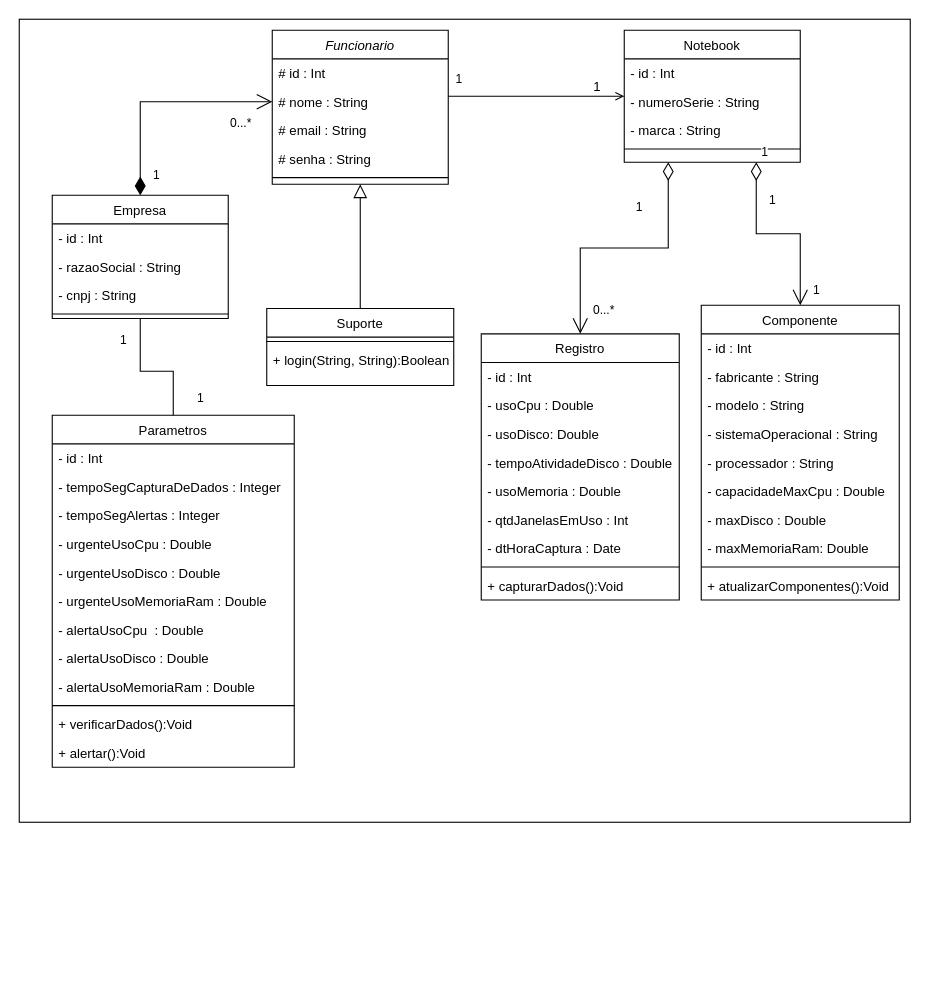
Noctoramento/Documentacao keeps this draw.io diagram as Diagramas/Diagrama de Classes/Diagrama_de_Classes.drawio. Above is the earlier version. Source tidied: cells renumbered, new cells numbered last; positions are measured from the earlier drawing's top-left corner, leaving out a move shared by most shapes. Both pictures are drawn from the tidied source at 110%, with x=0, y=0 at pixel (19, 19).
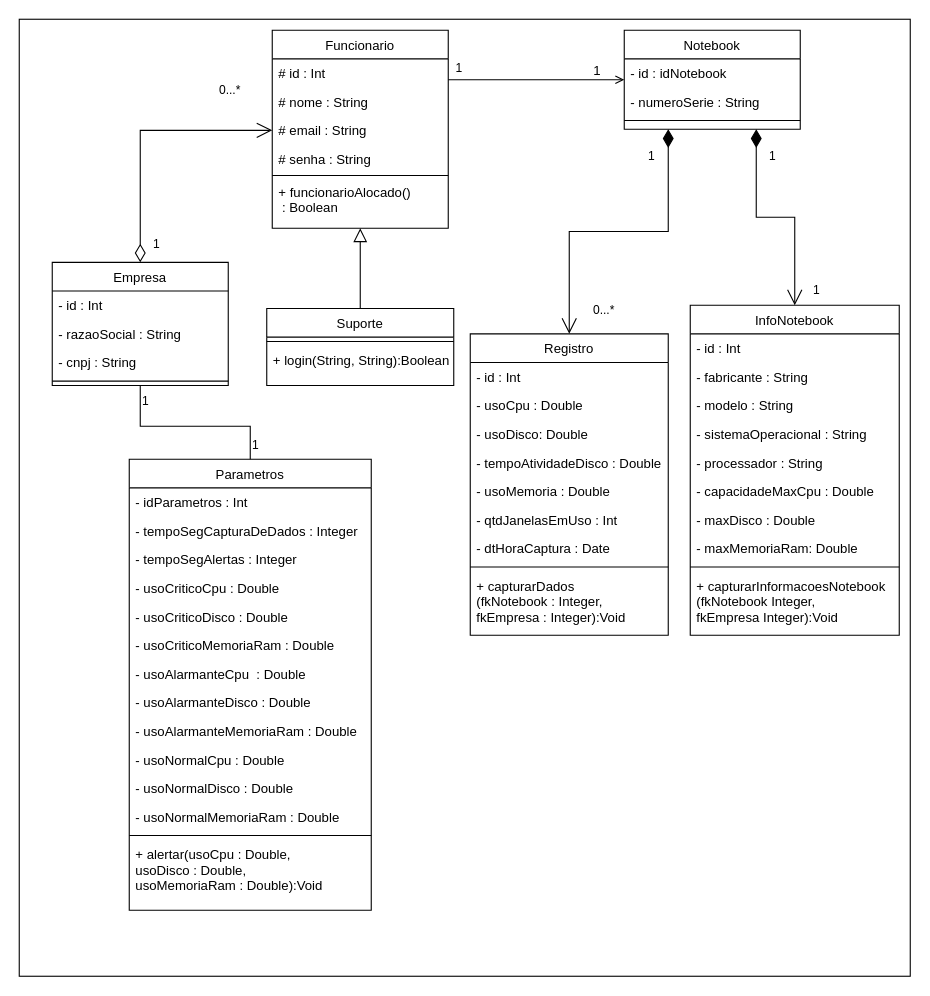
The same diagram, later.

Commit message (it also covers changes not shown here):
Diagrama de classes versão 2.0, documentação atualizada

The change refers to these unchanged cells:
```xml
<mxCell id="5" value="# nome : String" style="text;align=left;verticalAlign=top;spacingLeft=4;spacingRight=4;overflow=hidden;points=[[0,0.5],[1,0.5]];portConstraint=eastwest;rounded=0;shadow=0;html=0;" parent="3" vertex="1">
  <mxGeometry y="52" width="160" height="26" as="geometry" />
</mxCell>
<mxCell id="6" value="# email : String" style="text;align=left;verticalAlign=top;spacingLeft=4;spacingRight=4;overflow=hidden;points=[[0,0.5],[1,0.5]];portConstraint=eastwest;rounded=0;shadow=0;html=0;" parent="3" vertex="1">
  <mxGeometry y="78" width="160" height="26" as="geometry" />
</mxCell>
```

The edit, as a diff of the source:
```diff
@@
     <mxCell id="2" style="rounded=0;whiteSpace=wrap;html=1;" parent="1" vertex="1">
-      <mxGeometry width="810" height="730" as="geometry" />
+      <mxGeometry width="810" height="870" as="geometry" />
     </mxCell>
-    <mxCell id="3" value="Funcionario" style="swimlane;fontStyle=2;align=center;verticalAlign=top;horizontal=1;startSize=26;rounded=0;shadow=0;strokeWidth=1;" parent="1" vertex="1">
-      <mxGeometry x="230" y="10" width="160" height="140" as="geometry" />
+    <mxCell id="3" value="Funcionario" style="swimlane;fontStyle=0;align=center;verticalAlign=top;horizontal=1;startSize=26;rounded=0;shadow=0;strokeWidth=1;" parent="1" vertex="1">
+      <mxGeometry x="230" y="10" width="160" height="180" as="geometry" />
     </mxCell>
@@
     <mxCell id="8" style="line;html=1;strokeWidth=1;align=left;verticalAlign=middle;spacingTop=-1;spacingLeft=3;spacingRight=3;labelPosition=right;" parent="3" vertex="1">
-      <mxGeometry y="130" width="160" height="8" as="geometry" />
+      <mxGeometry y="130" width="160" height="4" as="geometry" />
     </mxCell>
+    <mxCell id="70" value="+ funcionarioAlocado()&#10; : Boolean" style="text;align=left;verticalAlign=top;spacingLeft=4;spacingRight=4;overflow=hidden;rounded=0;shadow=0;html=0;" parent="3" vertex="1">
+      <mxGeometry y="134" width="160" height="36" as="geometry" />
+    </mxCell>
@@
-    <mxCell id="13" value="Componente" style="swimlane;fontStyle=0;align=center;verticalAlign=top;horizontal=1;startSize=26;rounded=0;shadow=0;strokeWidth=1;" parent="1" vertex="1">
-      <mxGeometry x="620" y="260" width="180" height="268" as="geometry" />
+    <mxCell id="13" value="InfoNotebook" style="swimlane;fontStyle=0;align=center;verticalAlign=top;horizontal=1;startSize=26;rounded=0;shadow=0;strokeWidth=1;" parent="1" vertex="1">
+      <mxGeometry x="610" y="260" width="190" height="300" as="geometry" />
     </mxCell>
     <mxCell id="14" value="- id : Int" style="text;align=left;verticalAlign=top;spacingLeft=4;spacingRight=4;overflow=hidden;" parent="13" vertex="1">
-      <mxGeometry y="26" width="180" height="26" as="geometry" />
+      <mxGeometry y="26" width="190" height="26" as="geometry" />
     </mxCell>
     <mxCell id="15" value="- fabricante : String" style="text;align=left;verticalAlign=top;spacingLeft=4;spacingRight=4;overflow=hidden;" parent="13" vertex="1">
-      <mxGeometry y="52" width="180" height="26" as="geometry" />
+      <mxGeometry y="52" width="190" height="26" as="geometry" />
     </mxCell>
     <mxCell id="16" value="- modelo : String" style="text;align=left;verticalAlign=top;spacingLeft=4;spacingRight=4;overflow=hidden;" parent="13" vertex="1">
-      <mxGeometry y="78" width="180" height="26" as="geometry" />
+      <mxGeometry y="78" width="190" height="26" as="geometry" />
     </mxCell>
     <mxCell id="17" value="- sistemaOperacional : String" style="text;align=left;verticalAlign=top;spacingLeft=4;spacingRight=4;overflow=hidden;" parent="13" vertex="1">
-      <mxGeometry y="104" width="180" height="26" as="geometry" />
+      <mxGeometry y="104" width="190" height="26" as="geometry" />
     </mxCell>
     <mxCell id="18" value="- processador : String" style="text;align=left;verticalAlign=top;spacingLeft=4;spacingRight=4;overflow=hidden;" parent="13" vertex="1">
-      <mxGeometry y="130" width="180" height="26" as="geometry" />
+      <mxGeometry y="130" width="190" height="26" as="geometry" />
     </mxCell>
     <mxCell id="19" value="- capacidadeMaxCpu : Double" style="text;align=left;verticalAlign=top;spacingLeft=4;spacingRight=4;overflow=hidden;" parent="13" vertex="1">
-      <mxGeometry y="156" width="180" height="26" as="geometry" />
+      <mxGeometry y="156" width="190" height="26" as="geometry" />
     </mxCell>
     <mxCell id="20" value="- maxDisco : Double" style="text;align=left;verticalAlign=top;spacingLeft=4;spacingRight=4;overflow=hidden;" parent="13" vertex="1">
-      <mxGeometry y="182" width="180" height="26" as="geometry" />
+      <mxGeometry y="182" width="190" height="26" as="geometry" />
     </mxCell>
     <mxCell id="21" value="- maxMemoriaRam: Double" style="text;align=left;verticalAlign=top;spacingLeft=4;spacingRight=4;overflow=hidden;" parent="13" vertex="1">
-      <mxGeometry y="208" width="180" height="26" as="geometry" />
+      <mxGeometry y="208" width="190" height="26" as="geometry" />
     </mxCell>
     <mxCell id="22" style="line;html=1;strokeWidth=1;align=left;verticalAlign=middle;spacingTop=-1;spacingLeft=3;spacingRight=3;labelPosition=right;" parent="13" vertex="1">
-      <mxGeometry y="234" width="180" height="8" as="geometry" />
+      <mxGeometry y="234" width="190" height="8" as="geometry" />
     </mxCell>
-    <mxCell id="23" value="+ atualizarComponentes():Void" style="text;align=left;verticalAlign=top;spacingLeft=4;spacingRight=4;overflow=hidden;fontStyle=0;" parent="13" vertex="1">
-      <mxGeometry y="242" width="180" height="26" as="geometry" />
+    <mxCell id="23" value="+ capturarInformacoesNotebook&#10;(fkNotebook Integer, &#10;fkEmpresa Integer):Void" style="text;align=left;verticalAlign=top;spacingLeft=4;spacingRight=4;overflow=hidden;fontStyle=0;" parent="13" vertex="1">
+      <mxGeometry y="242" width="190" height="58" as="geometry" />
     </mxCell>
     <mxCell id="24" value="Notebook" style="swimlane;fontStyle=0;align=center;verticalAlign=top;horizontal=1;startSize=26;rounded=0;shadow=0;strokeWidth=1;" parent="1" vertex="1">
-      <mxGeometry x="550" y="10" width="160" height="120" as="geometry" />
+      <mxGeometry x="550" y="10" width="160" height="90" as="geometry" />
     </mxCell>
-    <mxCell id="25" value="- id : Int" style="text;align=left;verticalAlign=top;spacingLeft=4;spacingRight=4;overflow=hidden;" parent="24" vertex="1">
+    <mxCell id="25" value="- id : idNotebook" style="text;align=left;verticalAlign=top;spacingLeft=4;spacingRight=4;overflow=hidden;" parent="24" vertex="1">
       <mxGeometry y="26" width="160" height="26" as="geometry" />
     </mxCell>
@@
-    <mxCell id="27" value="- marca : String" style="text;align=left;verticalAlign=top;spacingLeft=4;spacingRight=4;overflow=hidden;rounded=0;shadow=0;html=0;" parent="24" vertex="1">
-      <mxGeometry y="78" width="160" height="26" as="geometry" />
-    </mxCell>
     <mxCell id="28" style="line;html=1;strokeWidth=1;align=left;verticalAlign=middle;spacingTop=-1;spacingLeft=3;spacingRight=3;labelPosition=right;" parent="24" vertex="1">
-      <mxGeometry y="104" width="160" height="8" as="geometry" />
+      <mxGeometry y="78" width="160" height="8" as="geometry" />
     </mxCell>
@@
     <mxCell id="31" value="Registro" style="swimlane;fontStyle=0;align=center;verticalAlign=top;horizontal=1;startSize=26;rounded=0;shadow=0;strokeWidth=1;" parent="1" vertex="1">
-      <mxGeometry x="420" y="286" width="180" height="242" as="geometry" />
+      <mxGeometry x="410" y="286" width="180" height="274" as="geometry" />
     </mxCell>
@@
-    <mxCell id="40" value="+ capturarDados():Void" style="text;align=left;verticalAlign=top;spacingLeft=4;spacingRight=4;overflow=hidden;fontStyle=0;" parent="31" vertex="1">
-      <mxGeometry y="216" width="180" height="26" as="geometry" />
+    <mxCell id="40" value="+ capturarDados&#10;(fkNotebook : Integer,&#10;fkEmpresa : Integer):Void" style="text;align=left;verticalAlign=top;spacingLeft=4;spacingRight=4;overflow=hidden;fontStyle=0;" parent="31" vertex="1">
+      <mxGeometry y="216" width="180" height="54" as="geometry" />
     </mxCell>
     <mxCell id="41" value="Empresa" style="swimlane;fontStyle=0;align=center;verticalAlign=top;horizontal=1;startSize=26;rounded=0;shadow=0;strokeWidth=1;" parent="1" vertex="1">
-      <mxGeometry x="30" y="160" width="160" height="112" as="geometry" />
+      <mxGeometry x="30" y="221" width="160" height="112" as="geometry" />
     </mxCell>
@@
     <mxCell id="46" value="Parametros" style="swimlane;fontStyle=0;align=center;verticalAlign=top;horizontal=1;startSize=26;rounded=0;shadow=0;strokeWidth=1;" parent="1" vertex="1">
-      <mxGeometry x="30" y="360" width="220" height="320" as="geometry" />
+      <mxGeometry x="100" y="400" width="220" height="410" as="geometry" />
     </mxCell>
-    <mxCell id="47" value="- id : Int" style="text;align=left;verticalAlign=top;spacingLeft=4;spacingRight=4;overflow=hidden;" parent="46" vertex="1">
+    <mxCell id="47" value="- idParametros : Int" style="text;align=left;verticalAlign=top;spacingLeft=4;spacingRight=4;overflow=hidden;" parent="46" vertex="1">
       <mxGeometry y="26" width="220" height="26" as="geometry" />
     </mxCell>
-    <mxCell id="48" value="- tempoSegCapturaDeDados : Integer" style="text;align=left;verticalAlign=top;spacingLeft=4;spacingRight=4;overflow=hidden;" parent="46" vertex="1">
+    <mxCell id="48" value="- tempoSegCapturaDeDados : Integer" style="text;align=left;verticalAlign=top;spacingLeft=4;spacingRight=4;overflow=hidden;" parent="46" vertex="1">
       <mxGeometry y="52" width="220" height="26" as="geometry" />
     </mxCell>
-    <mxCell id="49" value="- tempoSegAlertas : Integer" style="text;align=left;verticalAlign=top;spacingLeft=4;spacingRight=4;overflow=hidden;" parent="46" vertex="1">
+    <mxCell id="49" value="- tempoSegAlertas : Integer" style="text;align=left;verticalAlign=top;spacingLeft=4;spacingRight=4;overflow=hidden;" parent="46" vertex="1">
       <mxGeometry y="78" width="220" height="26" as="geometry" />
     </mxCell>
-    <mxCell id="50" value="- urgenteUsoCpu : Double" style="text;align=left;verticalAlign=top;spacingLeft=4;spacingRight=4;overflow=hidden;" parent="46" vertex="1">
+    <mxCell id="50" value="- usoCriticoCpu : Double" style="text;align=left;verticalAlign=top;spacingLeft=4;spacingRight=4;overflow=hidden;" parent="46" vertex="1">
       <mxGeometry y="104" width="220" height="26" as="geometry" />
     </mxCell>
-    <mxCell id="51" value="- urgenteUsoDisco : Double" style="text;align=left;verticalAlign=top;spacingLeft=4;spacingRight=4;overflow=hidden;" parent="46" vertex="1">
+    <mxCell id="51" value="- usoCriticoDisco : Double" style="text;align=left;verticalAlign=top;spacingLeft=4;spacingRight=4;overflow=hidden;" parent="46" vertex="1">
       <mxGeometry y="130" width="220" height="26" as="geometry" />
     </mxCell>
-    <mxCell id="52" value="- urgenteUsoMemoriaRam : Double" style="text;align=left;verticalAlign=top;spacingLeft=4;spacingRight=4;overflow=hidden;" parent="46" vertex="1">
+    <mxCell id="52" value="- usoCriticoMemoriaRam : Double" style="text;align=left;verticalAlign=top;spacingLeft=4;spacingRight=4;overflow=hidden;" parent="46" vertex="1">
       <mxGeometry y="156" width="220" height="26" as="geometry" />
     </mxCell>
-    <mxCell id="53" value="- alertaUsoCpu  : Double" style="text;align=left;verticalAlign=top;spacingLeft=4;spacingRight=4;overflow=hidden;" parent="46" vertex="1">
+    <mxCell id="53" value="- usoAlarmanteCpu  : Double" style="text;align=left;verticalAlign=top;spacingLeft=4;spacingRight=4;overflow=hidden;" parent="46" vertex="1">
       <mxGeometry y="182" width="220" height="26" as="geometry" />
     </mxCell>
-    <mxCell id="54" value="- alertaUsoDisco : Double" style="text;align=left;verticalAlign=top;spacingLeft=4;spacingRight=4;overflow=hidden;" parent="46" vertex="1">
+    <mxCell id="54" value="- usoAlarmanteDisco : Double" style="text;align=left;verticalAlign=top;spacingLeft=4;spacingRight=4;overflow=hidden;" parent="46" vertex="1">
       <mxGeometry y="208" width="220" height="26" as="geometry" />
     </mxCell>
-    <mxCell id="55" value="- alertaUsoMemoriaRam : Double" style="text;align=left;verticalAlign=top;spacingLeft=4;spacingRight=4;overflow=hidden;" parent="46" vertex="1">
+    <mxCell id="55" value="- usoAlarmanteMemoriaRam : Double" style="text;align=left;verticalAlign=top;spacingLeft=4;spacingRight=4;overflow=hidden;" parent="46" vertex="1">
       <mxGeometry y="234" width="220" height="26" as="geometry" />
     </mxCell>
+    <mxCell id="71" value="- usoNormalCpu : Double" style="text;align=left;verticalAlign=top;spacingLeft=4;spacingRight=4;overflow=hidden;" parent="46" vertex="1">
+      <mxGeometry y="260" width="220" height="26" as="geometry" />
+    </mxCell>
+    <mxCell id="72" value="- usoNormalDisco : Double" style="text;align=left;verticalAlign=top;spacingLeft=4;spacingRight=4;overflow=hidden;" parent="46" vertex="1">
+      <mxGeometry y="286" width="220" height="26" as="geometry" />
+    </mxCell>
+    <mxCell id="73" value="- usoNormalMemoriaRam : Double" style="text;align=left;verticalAlign=top;spacingLeft=4;spacingRight=4;overflow=hidden;" parent="46" vertex="1">
+      <mxGeometry y="312" width="220" height="26" as="geometry" />
+    </mxCell>
     <mxCell id="56" style="line;html=1;strokeWidth=1;align=left;verticalAlign=middle;spacingTop=-1;spacingLeft=3;spacingRight=3;labelPosition=right;" parent="46" vertex="1">
-      <mxGeometry y="260" width="220" height="8" as="geometry" />
+      <mxGeometry y="338" width="220" height="8" as="geometry" />
     </mxCell>
-    <mxCell id="57" value="+ verificarDados():Void" style="text;align=left;verticalAlign=top;spacingLeft=4;spacingRight=4;overflow=hidden;fontStyle=0;" parent="46" vertex="1">
-      <mxGeometry y="268" width="220" height="26" as="geometry" />
-    </mxCell>
-    <mxCell id="58" value="+ alertar():Void" style="text;align=left;verticalAlign=top;spacingLeft=4;spacingRight=4;overflow=hidden;fontStyle=0;" parent="46" vertex="1">
-      <mxGeometry y="294" width="220" height="26" as="geometry" />
+    <mxCell id="58" value="+ alertar(usoCpu : Double,&#10;usoDisco : Double,&#10;usoMemoriaRam : Double):Void" style="text;align=left;verticalAlign=top;spacingLeft=4;spacingRight=4;overflow=hidden;fontStyle=0;" parent="46" vertex="1">
+      <mxGeometry y="346" width="220" height="64" as="geometry" />
     </mxCell>
-    <mxCell id="59" style="endArrow=none;html=1;rounded=0;exitX=0.5;exitY=0;exitDx=0;exitDy=0;entryX=0.5;entryY=1;entryDx=0;entryDy=0;" parent="1" edge="1" source="46" target="41">
-      <mxGeometry relative="1" as="geometry">
-        <Array as="points">
-          <mxPoint x="140" y="320" />
-          <mxPoint x="110" y="320" />
-        </Array>
-      </mxGeometry>
-    </mxCell>
-    <mxCell id="60" value="1" style="endArrow=open;html=1;endSize=12;startArrow=diamondThin;startSize=14;startFill=1;edgeStyle=orthogonalEdgeStyle;align=left;verticalAlign=bottom;rounded=0;exitX=0.5;exitY=0;exitDx=0;exitDy=0;entryX=0;entryY=0.5;entryDx=0;entryDy=0;" parent="1" edge="1" source="41" target="5">
-      <mxGeometry x="-0.91" y="-10" relative="1" as="geometry" />
-    </mxCell>
     <mxCell id="61" value="&lt;span style=&quot;font-size: 11px; text-wrap: nowrap; background-color: rgb(255, 255, 255);&quot;&gt;0...*&lt;/span&gt;" style="text;whiteSpace=wrap;html=1;" parent="1" vertex="1">
-      <mxGeometry x="190" y="80" width="40" height="40" as="geometry" />
+      <mxGeometry x="180" y="50" width="40" height="40" as="geometry" />
     </mxCell>
     <mxCell id="62" value="&lt;span style=&quot;color: rgb(0, 0, 0); font-family: Helvetica; font-size: 11px; font-style: normal; font-variant-ligatures: normal; font-variant-caps: normal; font-weight: 400; letter-spacing: normal; orphans: 2; text-align: left; text-indent: 0px; text-transform: none; widows: 2; word-spacing: 0px; -webkit-text-stroke-width: 0px; white-space: nowrap; background-color: rgb(255, 255, 255); text-decoration-thickness: initial; text-decoration-style: initial; text-decoration-color: initial; display: inline !important; float: none;&quot;&gt;1&lt;/span&gt;" style="text;whiteSpace=wrap;html=1;" parent="1" vertex="1">
-      <mxGeometry x="90" y="278" width="40" height="40" as="geometry" />
+      <mxGeometry x="110" y="333" width="40" height="40" as="geometry" />
     </mxCell>
-    <mxCell id="63" value="1" style="endArrow=open;html=1;endSize=12;startArrow=diamondThin;startSize=14;startFill=0;edgeStyle=orthogonalEdgeStyle;align=left;verticalAlign=bottom;rounded=0;entryX=0.5;entryY=0;entryDx=0;entryDy=0;exitX=0.25;exitY=1;exitDx=0;exitDy=0;" parent="1" edge="1" source="24" target="31">
-      <mxGeometry x="-0.08" y="-28" relative="1" as="geometry" />
-    </mxCell>
@@
     <mxCell id="66" value="&lt;span style=&quot;color: rgb(0, 0, 0); font-family: Helvetica; font-size: 11px; font-style: normal; font-variant-ligatures: normal; font-variant-caps: normal; font-weight: 400; letter-spacing: normal; orphans: 2; text-align: left; text-indent: 0px; text-transform: none; widows: 2; word-spacing: 0px; -webkit-text-stroke-width: 0px; white-space: nowrap; background-color: rgb(255, 255, 255); text-decoration-thickness: initial; text-decoration-style: initial; text-decoration-color: initial; display: inline !important; float: none;&quot;&gt;1&lt;/span&gt;" style="text;whiteSpace=wrap;html=1;" parent="1" vertex="1">
-      <mxGeometry x="395" y="40" width="35" height="30" as="geometry" />
+      <mxGeometry x="395" y="30" width="35" height="30" as="geometry" />
     </mxCell>
     <mxCell id="67" value="&lt;span style=&quot;color: rgb(0, 0, 0); font-family: Helvetica; font-size: 11px; font-style: normal; font-variant-ligatures: normal; font-variant-caps: normal; font-weight: 400; letter-spacing: normal; orphans: 2; text-align: left; text-indent: 0px; text-transform: none; widows: 2; word-spacing: 0px; -webkit-text-stroke-width: 0px; white-space: nowrap; background-color: rgb(255, 255, 255); text-decoration-thickness: initial; text-decoration-style: initial; text-decoration-color: initial; display: inline !important; float: none;&quot;&gt;1&lt;/span&gt;" style="text;whiteSpace=wrap;html=1;" parent="1" vertex="1">
-      <mxGeometry x="160" y="330" width="40" height="40" as="geometry" />
+      <mxGeometry x="210" y="373" width="40" height="40" as="geometry" />
     </mxCell>
     <mxCell id="68" value="&lt;span style=&quot;color: rgb(0, 0, 0); font-family: Helvetica; font-size: 11px; font-style: normal; font-variant-ligatures: normal; font-variant-caps: normal; font-weight: 400; letter-spacing: normal; orphans: 2; text-align: left; text-indent: 0px; text-transform: none; widows: 2; word-spacing: 0px; -webkit-text-stroke-width: 0px; white-space: nowrap; background-color: rgb(255, 255, 255); text-decoration-thickness: initial; text-decoration-style: initial; text-decoration-color: initial; display: inline !important; float: none;&quot;&gt;1&lt;/span&gt;" style="text;whiteSpace=wrap;html=1;" parent="1" vertex="1">
-      <mxGeometry x="680" y="150" width="40" height="40" as="geometry" />
+      <mxGeometry x="680" y="110" width="40" height="40" as="geometry" />
     </mxCell>
+    <mxCell id="59" style="endArrow=none;html=1;rounded=0;entryX=0.5;entryY=1;entryDx=0;entryDy=0;exitX=0.5;exitY=0;exitDx=0;exitDy=0;" parent="1" edge="1" source="46" target="41">
+      <mxGeometry relative="1" as="geometry">
+        <Array as="points">
+          <mxPoint x="210" y="370" />
+          <mxPoint x="110" y="370" />
+        </Array>
+      </mxGeometry>
+    </mxCell>
+    <mxCell id="74" style="endArrow=open;html=1;endSize=12;startArrow=diamondThin;startSize=14;startFill=0;edgeStyle=orthogonalEdgeStyle;align=left;verticalAlign=bottom;rounded=0;entryX=0;entryY=0.5;entryDx=0;entryDy=0;exitX=0.5;exitY=0;exitDx=0;exitDy=0;" parent="1" edge="1" source="41" target="6">
+      <mxGeometry x="-1" y="3" relative="1" as="geometry" />
+    </mxCell>
+    <mxCell id="75" value="&lt;span style=&quot;color: rgb(0, 0, 0); font-family: Helvetica; font-size: 11px; font-style: normal; font-variant-ligatures: normal; font-variant-caps: normal; font-weight: 400; letter-spacing: normal; orphans: 2; text-align: left; text-indent: 0px; text-transform: none; widows: 2; word-spacing: 0px; -webkit-text-stroke-width: 0px; white-space: nowrap; background-color: rgb(255, 255, 255); text-decoration-thickness: initial; text-decoration-style: initial; text-decoration-color: initial; display: inline !important; float: none;&quot;&gt;1&lt;/span&gt;" style="text;whiteSpace=wrap;html=1;" parent="1" vertex="1">
+      <mxGeometry x="120" y="190" width="40" height="40" as="geometry" />
+    </mxCell>
+    <mxCell id="63" style="endArrow=open;html=1;endSize=12;startArrow=diamondThin;startSize=14;startFill=1;edgeStyle=orthogonalEdgeStyle;align=left;verticalAlign=bottom;rounded=0;entryX=0.5;entryY=0;entryDx=0;entryDy=0;exitX=0.25;exitY=1;exitDx=0;exitDy=0;" parent="1" edge="1" source="24" target="31">
+      <mxGeometry x="-1" y="3" relative="1" as="geometry" />
+    </mxCell>
+    <mxCell id="76" value="&lt;span style=&quot;color: rgb(0, 0, 0); font-family: Helvetica; font-size: 11px; font-style: normal; font-variant-ligatures: normal; font-variant-caps: normal; font-weight: 400; letter-spacing: normal; orphans: 2; text-align: left; text-indent: 0px; text-transform: none; widows: 2; word-spacing: 0px; -webkit-text-stroke-width: 0px; white-space: nowrap; background-color: rgb(255, 255, 255); text-decoration-thickness: initial; text-decoration-style: initial; text-decoration-color: initial; display: inline !important; float: none;&quot;&gt;1&lt;/span&gt;" style="text;whiteSpace=wrap;html=1;" parent="1" vertex="1">
+      <mxGeometry x="570" y="110" width="40" height="40" as="geometry" />
+    </mxCell>
-    <mxCell id="69" value="1" style="endArrow=open;html=1;endSize=12;startArrow=diamondThin;startSize=14;startFill=0;edgeStyle=orthogonalEdgeStyle;align=left;verticalAlign=bottom;rounded=0;exitX=0.75;exitY=1;exitDx=0;exitDy=0;entryX=0.5;entryY=0;entryDx=0;entryDy=0;" parent="1" edge="1" source="24" target="13">
+    <mxCell id="69" style="endArrow=open;html=1;endSize=12;startArrow=diamondThin;startSize=14;startFill=1;edgeStyle=orthogonalEdgeStyle;align=left;verticalAlign=bottom;rounded=0;exitX=0.75;exitY=1;exitDx=0;exitDy=0;entryX=0.5;entryY=0;entryDx=0;entryDy=0;" parent="1" edge="1" source="24" target="13">
       <mxGeometry x="-1" y="3" relative="1" as="geometry" />
     </mxCell>
```
